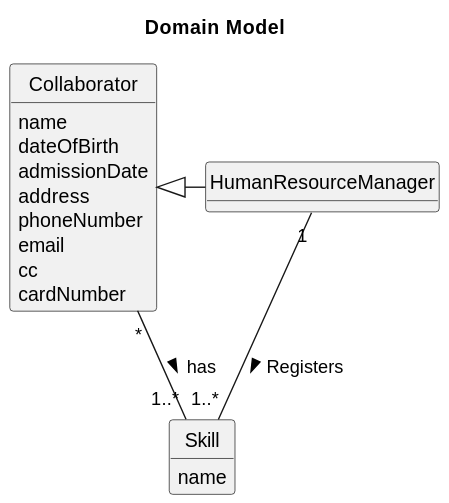
The PlantUML diagram docs/sprint2/us04/02.analysis/svg/us04-domain-model.svg in Departamento-de-Engenharia-Informatica/lei-24-s2-1db-g022, before a commit.
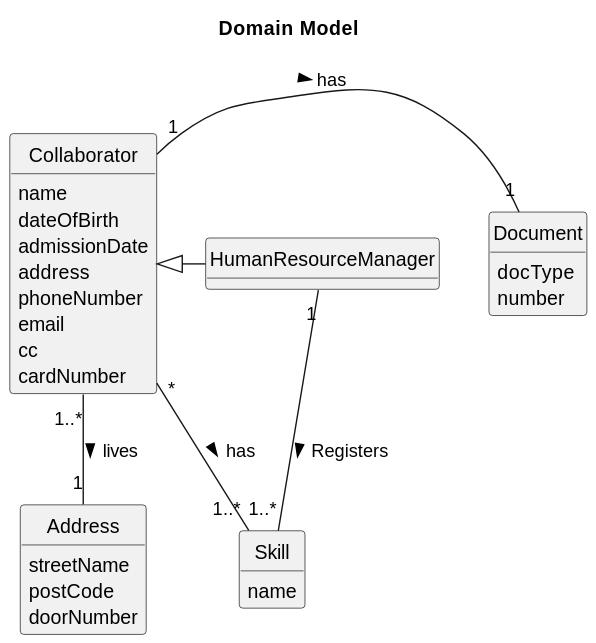
After the commit.

Commit message:
Domain Model US04

Change to the diagram source:
```diff
@@ -26,6 +26,16 @@
 
 }
 
+class Document{
+    docType
+    number
+}
+
+class Address {
+    streetName
+    postCode
+    doorNumber
+}
 
 
 
@@ -35,9 +45,9 @@
 
 
 
-
+Collaborator "1" - "1" Document : has >
+Collaborator "1..*" -- "1" Address : lives >
 Collaborator  <|-  HumanResourceManager
 HumanResourceManager "1" -- "1..*" Skill : Registers >
 Skill "1..*" -- "*" Collaborator : has <
-
 @enduml
```
